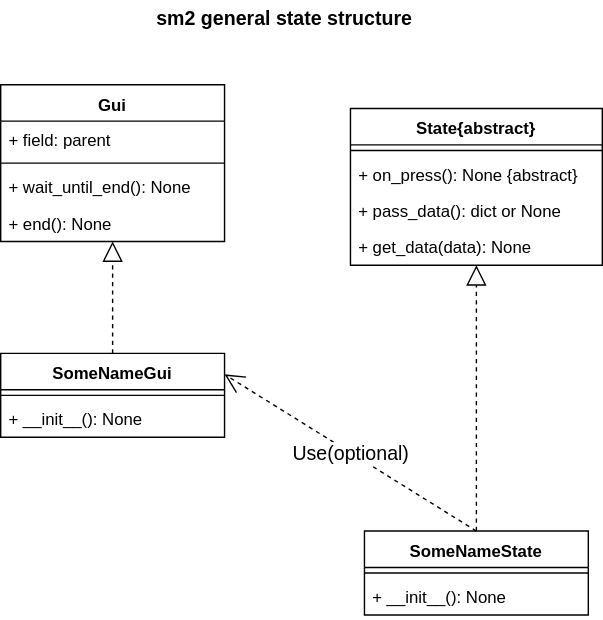
This is Documents/client class diagram sm2.svg from adibl/password_saver, a draw.io export, as it was before one commit. Source tidied: cells renumbered, new cells last; positions are measured from the earlier drawing's top-left corner, leaving out a move shared by most shapes. Source of this version:
```xml
<mxGraphModel background="#ffffff">
  <root>
    <mxCell id="0" />
    <mxCell id="1" parent="0" />
    <mxCell id="2" value="sm2 general state structure " style="text;align=center;fontStyle=1;verticalAlign=middle;spacingLeft=3;spacingRight=3;strokeColor=none;fontSize=14;" parent="1" vertex="1">
      <mxGeometry x="50" width="310" height="26" as="geometry" />
    </mxCell>
    <mxCell id="3" value="Gui" style="swimlane;fontStyle=1;align=center;verticalAlign=top;horizontal=1;startSize=26;" parent="1" vertex="1">
      <mxGeometry y="60" width="160" height="112" as="geometry" />
    </mxCell>
    <mxCell id="4" value="+ field: parent" style="text;strokeColor=none;fillColor=none;align=left;verticalAlign=top;spacingLeft=4;spacingRight=4;overflow=hidden;" parent="3" vertex="1">
      <mxGeometry y="26" width="160" height="26" as="geometry" />
    </mxCell>
    <mxCell id="5" style="line;strokeWidth=1;fillColor=none;align=left;verticalAlign=middle;spacingTop=-1;spacingLeft=3;spacingRight=3;labelPosition=right;" parent="3" vertex="1">
      <mxGeometry y="52" width="160" height="8" as="geometry" />
    </mxCell>
    <mxCell id="6" value="+ wait_until_end(): None" style="text;strokeColor=none;fillColor=none;align=left;verticalAlign=top;spacingLeft=4;spacingRight=4;overflow=hidden;" parent="3" vertex="1">
      <mxGeometry y="60" width="160" height="26" as="geometry" />
    </mxCell>
    <mxCell id="7" value="+ end(): None" style="text;strokeColor=none;fillColor=none;align=left;verticalAlign=top;spacingLeft=4;spacingRight=4;overflow=hidden;points=[[0,0.5],[1,0.5]];portConstraint=eastwest;" parent="3" vertex="1">
      <mxGeometry y="86" width="160" height="26" as="geometry" />
    </mxCell>
    <mxCell id="8" value="State{abstract}" style="swimlane;fontStyle=1;align=center;verticalAlign=top;horizontal=1;startSize=26;" parent="1" vertex="1">
      <mxGeometry x="250" y="77" width="180" height="112" as="geometry" />
    </mxCell>
    <mxCell id="9" style="line;strokeWidth=1;fillColor=none;align=left;verticalAlign=middle;spacingTop=-1;spacingLeft=3;spacingRight=3;labelPosition=right;" parent="8" vertex="1">
      <mxGeometry y="26" width="180" height="8" as="geometry" />
    </mxCell>
    <mxCell id="10" value="+ on_press(): None {abstract}" style="text;strokeColor=none;fillColor=none;align=left;verticalAlign=top;spacingLeft=4;spacingRight=4;overflow=hidden;" parent="8" vertex="1">
      <mxGeometry y="34" width="180" height="26" as="geometry" />
    </mxCell>
    <mxCell id="11" value="+ pass_data(): dict or None" style="text;strokeColor=none;fillColor=none;align=left;verticalAlign=top;spacingLeft=4;spacingRight=4;overflow=hidden;" parent="8" vertex="1">
      <mxGeometry y="60" width="180" height="26" as="geometry" />
    </mxCell>
    <mxCell id="12" value="+ get_data(data): None" style="text;strokeColor=none;fillColor=none;align=left;verticalAlign=top;spacingLeft=4;spacingRight=4;overflow=hidden;points=[[0,0.5],[1,0.5]];portConstraint=eastwest;" parent="8" vertex="1">
      <mxGeometry y="86" width="180" height="26" as="geometry" />
    </mxCell>
    <mxCell id="13" value="SomeNameGui" style="swimlane;fontStyle=1;align=center;verticalAlign=top;horizontal=1;startSize=26;" parent="1" vertex="1">
      <mxGeometry y="252" width="160" height="60" as="geometry" />
    </mxCell>
    <mxCell id="14" style="line;strokeWidth=1;fillColor=none;align=left;verticalAlign=middle;spacingTop=-1;spacingLeft=3;spacingRight=3;labelPosition=right;" parent="13" vertex="1">
      <mxGeometry y="26" width="160" height="8" as="geometry" />
    </mxCell>
    <mxCell id="15" value="+ __init__(): None" style="text;strokeColor=none;fillColor=none;align=left;verticalAlign=top;spacingLeft=4;spacingRight=4;overflow=hidden;" parent="13" vertex="1">
      <mxGeometry y="34" width="160" height="26" as="geometry" />
    </mxCell>
    <mxCell id="16" value="SomeNameState" style="swimlane;fontStyle=1;align=center;verticalAlign=top;horizontal=1;startSize=26;" parent="1" vertex="1">
      <mxGeometry x="260" y="379" width="160" height="60" as="geometry" />
    </mxCell>
    <mxCell id="17" style="line;strokeWidth=1;fillColor=none;align=left;verticalAlign=middle;spacingTop=-1;spacingLeft=3;spacingRight=3;labelPosition=right;" parent="16" vertex="1">
      <mxGeometry y="26" width="160" height="8" as="geometry" />
    </mxCell>
    <mxCell id="18" value="+ __init__(): None" style="text;strokeColor=none;fillColor=none;align=left;verticalAlign=top;spacingLeft=4;spacingRight=4;overflow=hidden;" parent="16" vertex="1">
      <mxGeometry y="34" width="160" height="26" as="geometry" />
    </mxCell>
    <mxCell id="19" style="endArrow=block;dashed=1;endFill=0;endSize=12;html=1;exitX=0.5;exitY=0;exitDx=0;exitDy=0;" parent="1" edge="1" source="13" target="7">
      <mxGeometry relative="1" as="geometry" />
    </mxCell>
    <mxCell id="20" style="endArrow=block;dashed=1;endFill=0;endSize=12;html=1;exitX=0.5;exitY=0;exitDx=0;exitDy=0;" parent="1" edge="1" source="16" target="12">
      <mxGeometry relative="1" as="geometry" />
    </mxCell>
    <mxCell id="21" value="Use(optional)" style="endArrow=open;endSize=12;dashed=1;html=1;fontSize=14;entryX=1;entryY=0.25;entryDx=0;entryDy=0;exitX=0.5;exitY=0;exitDx=0;exitDy=0;" parent="1" edge="1" source="16" target="13">
      <mxGeometry relative="1" as="geometry" />
    </mxCell>
  </root>
</mxGraphModel>
```
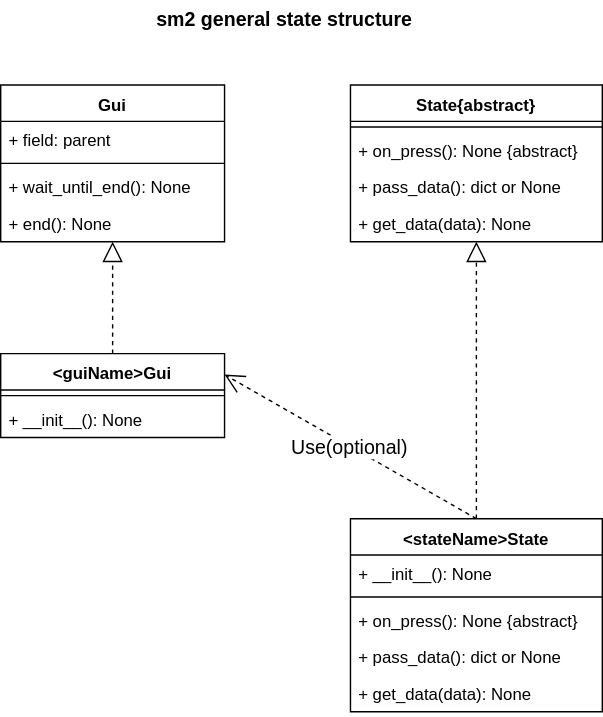
After the change.

The edit, as a diff of the source:
```diff
@@ -21,7 +21,7 @@
       <mxGeometry y="86" width="160" height="26" as="geometry" />
     </mxCell>
     <mxCell id="8" value="State{abstract}" style="swimlane;fontStyle=1;align=center;verticalAlign=top;horizontal=1;startSize=26;" parent="1" vertex="1">
-      <mxGeometry x="250" y="77" width="180" height="112" as="geometry" />
+      <mxGeometry x="250" y="60" width="180" height="112" as="geometry" />
     </mxCell>
     <mxCell id="9" style="line;strokeWidth=1;fillColor=none;align=left;verticalAlign=middle;spacingTop=-1;spacingLeft=3;spacingRight=3;labelPosition=right;" parent="8" vertex="1">
       <mxGeometry y="26" width="180" height="8" as="geometry" />
@@ -35,7 +35,7 @@
     <mxCell id="12" value="+ get_data(data): None" style="text;strokeColor=none;fillColor=none;align=left;verticalAlign=top;spacingLeft=4;spacingRight=4;overflow=hidden;points=[[0,0.5],[1,0.5]];portConstraint=eastwest;" parent="8" vertex="1">
       <mxGeometry y="86" width="180" height="26" as="geometry" />
     </mxCell>
-    <mxCell id="13" value="SomeNameGui" style="swimlane;fontStyle=1;align=center;verticalAlign=top;horizontal=1;startSize=26;" parent="1" vertex="1">
+    <mxCell id="13" value="&lt;guiName&gt;Gui" style="swimlane;fontStyle=1;align=center;verticalAlign=top;horizontal=1;startSize=26;" parent="1" vertex="1">
       <mxGeometry y="252" width="160" height="60" as="geometry" />
     </mxCell>
     <mxCell id="14" style="line;strokeWidth=1;fillColor=none;align=left;verticalAlign=middle;spacingTop=-1;spacingLeft=3;spacingRight=3;labelPosition=right;" parent="13" vertex="1">
@@ -44,23 +44,32 @@
     <mxCell id="15" value="+ __init__(): None" style="text;strokeColor=none;fillColor=none;align=left;verticalAlign=top;spacingLeft=4;spacingRight=4;overflow=hidden;" parent="13" vertex="1">
       <mxGeometry y="34" width="160" height="26" as="geometry" />
     </mxCell>
-    <mxCell id="16" value="SomeNameState" style="swimlane;fontStyle=1;align=center;verticalAlign=top;horizontal=1;startSize=26;" parent="1" vertex="1">
-      <mxGeometry x="260" y="379" width="160" height="60" as="geometry" />
-    </mxCell>
-    <mxCell id="17" style="line;strokeWidth=1;fillColor=none;align=left;verticalAlign=middle;spacingTop=-1;spacingLeft=3;spacingRight=3;labelPosition=right;" parent="16" vertex="1">
-      <mxGeometry y="26" width="160" height="8" as="geometry" />
-    </mxCell>
-    <mxCell id="18" value="+ __init__(): None" style="text;strokeColor=none;fillColor=none;align=left;verticalAlign=top;spacingLeft=4;spacingRight=4;overflow=hidden;" parent="16" vertex="1">
-      <mxGeometry y="34" width="160" height="26" as="geometry" />
-    </mxCell>
     <mxCell id="19" style="endArrow=block;dashed=1;endFill=0;endSize=12;html=1;exitX=0.5;exitY=0;exitDx=0;exitDy=0;" parent="1" edge="1" source="13" target="7">
       <mxGeometry relative="1" as="geometry" />
     </mxCell>
-    <mxCell id="20" style="endArrow=block;dashed=1;endFill=0;endSize=12;html=1;exitX=0.5;exitY=0;exitDx=0;exitDy=0;" parent="1" edge="1" source="16" target="12">
+    <mxCell id="20" style="endArrow=block;dashed=1;endFill=0;endSize=12;html=1;exitX=0.5;exitY=0;exitDx=0;exitDy=0;" parent="1" edge="1" source="22" target="12">
       <mxGeometry relative="1" as="geometry" />
     </mxCell>
-    <mxCell id="21" value="Use(optional)" style="endArrow=open;endSize=12;dashed=1;html=1;fontSize=14;entryX=1;entryY=0.25;entryDx=0;entryDy=0;exitX=0.5;exitY=0;exitDx=0;exitDy=0;" parent="1" edge="1" source="16" target="13">
+    <mxCell id="21" value="Use(optional)" style="endArrow=open;endSize=12;dashed=1;html=1;fontSize=14;entryX=1;entryY=0.25;entryDx=0;entryDy=0;exitX=0.5;exitY=0;exitDx=0;exitDy=0;" parent="1" edge="1" source="22" target="13">
       <mxGeometry relative="1" as="geometry" />
     </mxCell>
+    <mxCell id="22" value="&lt;stateName&gt;State" style="swimlane;fontStyle=1;align=center;verticalAlign=top;horizontal=1;startSize=26;" parent="1" vertex="1">
+      <mxGeometry x="250" y="370" width="180" height="138" as="geometry" />
+    </mxCell>
+    <mxCell id="18" value="+ __init__(): None" style="text;strokeColor=none;fillColor=none;align=left;verticalAlign=top;spacingLeft=4;spacingRight=4;overflow=hidden;" parent="22" vertex="1">
+      <mxGeometry y="26" width="180" height="26" as="geometry" />
+    </mxCell>
+    <mxCell id="23" style="line;strokeWidth=1;fillColor=none;align=left;verticalAlign=middle;spacingTop=-1;spacingLeft=3;spacingRight=3;labelPosition=right;" parent="22" vertex="1">
+      <mxGeometry y="52" width="180" height="8" as="geometry" />
+    </mxCell>
+    <mxCell id="24" value="+ on_press(): None {abstract}" style="text;strokeColor=none;fillColor=none;align=left;verticalAlign=top;spacingLeft=4;spacingRight=4;overflow=hidden;" parent="22" vertex="1">
+      <mxGeometry y="60" width="180" height="26" as="geometry" />
+    </mxCell>
+    <mxCell id="25" value="+ pass_data(): dict or None" style="text;strokeColor=none;fillColor=none;align=left;verticalAlign=top;spacingLeft=4;spacingRight=4;overflow=hidden;" parent="22" vertex="1">
+      <mxGeometry y="86" width="180" height="26" as="geometry" />
+    </mxCell>
+    <mxCell id="26" value="+ get_data(data): None" style="text;strokeColor=none;fillColor=none;align=left;verticalAlign=top;spacingLeft=4;spacingRight=4;overflow=hidden;" parent="22" vertex="1">
+      <mxGeometry y="112" width="180" height="26" as="geometry" />
+    </mxCell>
   </root>
 </mxGraphModel>
```
